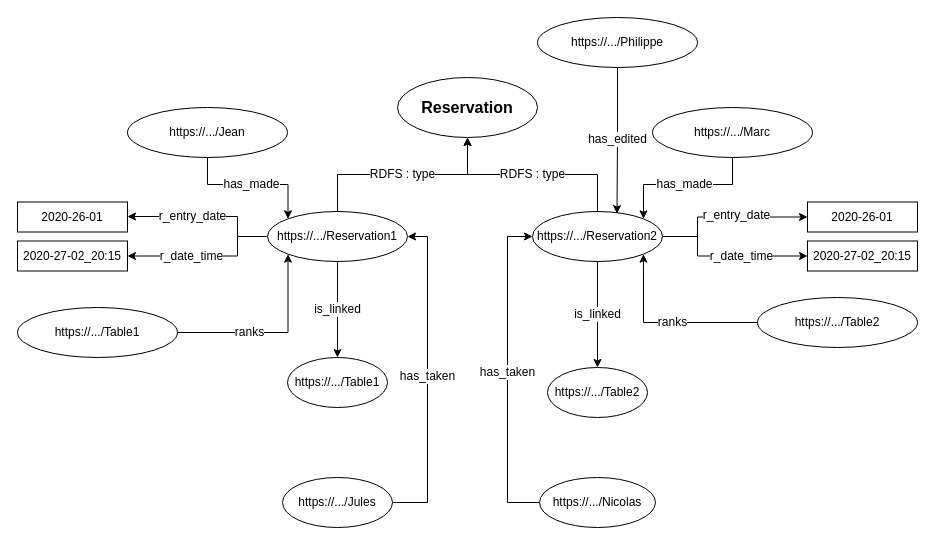
Above: schema/instanceReservation.dio in CH-KevinDubois/MAS-RAD-4-WEB-Mini-Projet (draw.io), before the change. Source tidied: cells renumbered, new cells numbered last; positions are measured from the earlier drawing's top-left corner, leaving out a move shared by most shapes. Both pictures are drawn from the tidied source at 100%, with x=0, y=0 at pixel (17, 17).
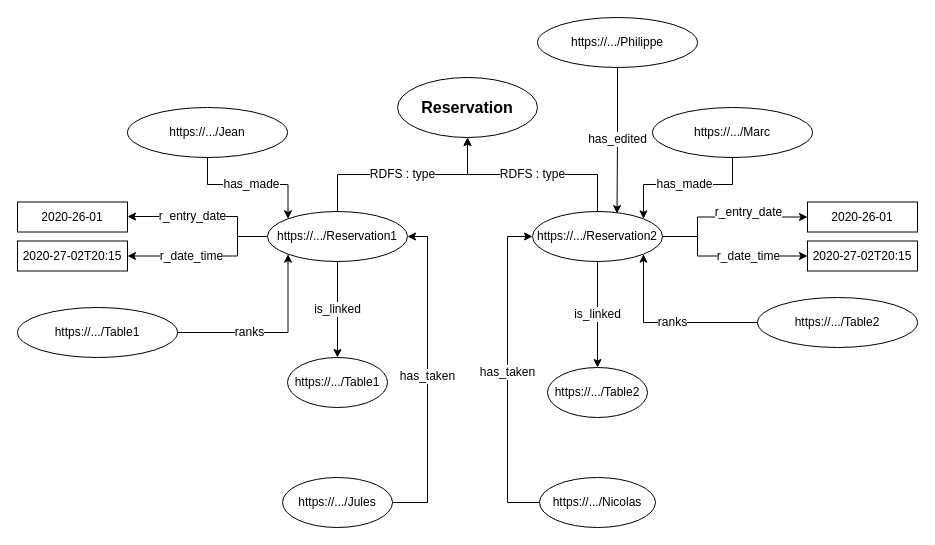
The same page after the edit.

Unchanged cells that the change refers to:
```xml
<mxCell id="11" style="edgeStyle=orthogonalEdgeStyle;rounded=0;jettySize=auto;html=1;entryX=0;entryY=0.5;entryDx=0;entryDy=0;fontSize=12;" parent="1" edge="1" source="16" target="17">
  <mxGeometry relative="1" as="geometry">
    <Array as="points">
      <mxPoint x="680" y="219" />
      <mxPoint x="680" y="200" />
    </Array>
  </mxGeometry>
</mxCell>
<mxCell id="13" style="edgeStyle=orthogonalEdgeStyle;rounded=0;jettySize=auto;html=1;entryX=0;entryY=0.5;entryDx=0;entryDy=0;fontSize=12;" parent="1" edge="1" source="16" target="18">
  <mxGeometry relative="1" as="geometry">
    <Array as="points">
      <mxPoint x="680" y="219" />
      <mxPoint x="680" y="239" />
    </Array>
  </mxGeometry>
</mxCell>
```

What changed in the source:
```diff
@@
     <mxCell id="12" value="&lt;span&gt;r_entry_date&lt;/span&gt;" style="edgeLabel;html=1;align=center;verticalAlign=middle;fontSize=12;" parent="11" vertex="1">
-      <mxGeometry x="0.13" y="2" relative="1" as="geometry" />
+      <mxGeometry x="0.13" y="2" relative="1" as="geometry">
+        <mxPoint x="11.5" y="-3.5" as="offset" />
+      </mxGeometry>
     </mxCell>
@@
     <mxCell id="14" value="&lt;span&gt;r_date_time&lt;/span&gt;" style="edgeLabel;html=1;align=center;verticalAlign=middle;fontSize=12;" parent="13" vertex="1">
       <mxGeometry x="0.03" y="-1" relative="1" as="geometry">
-        <mxPoint x="12.5" y="-1" as="offset" />
+        <mxPoint x="19.5" y="-1" as="offset" />
       </mxGeometry>
     </mxCell>
@@
-    <mxCell id="18" value="2020-27-02_20:15" style="rounded=0;whiteSpace=wrap;html=1;" parent="1" vertex="1">
+    <mxCell id="18" value="2020-27-02T20:15" style="rounded=0;whiteSpace=wrap;html=1;" parent="1" vertex="1">
       <mxGeometry x="790" y="223.5" width="110" height="30" as="geometry" />
     </mxCell>
@@
-    <mxCell id="25" value="2020-27-02_20:15" style="rounded=0;whiteSpace=wrap;html=1;" parent="1" vertex="1">
+    <mxCell id="25" value="2020-27-02T20:15" style="rounded=0;whiteSpace=wrap;html=1;" parent="1" vertex="1">
       <mxGeometry y="223.5" width="110" height="30" as="geometry" />
     </mxCell>
```
